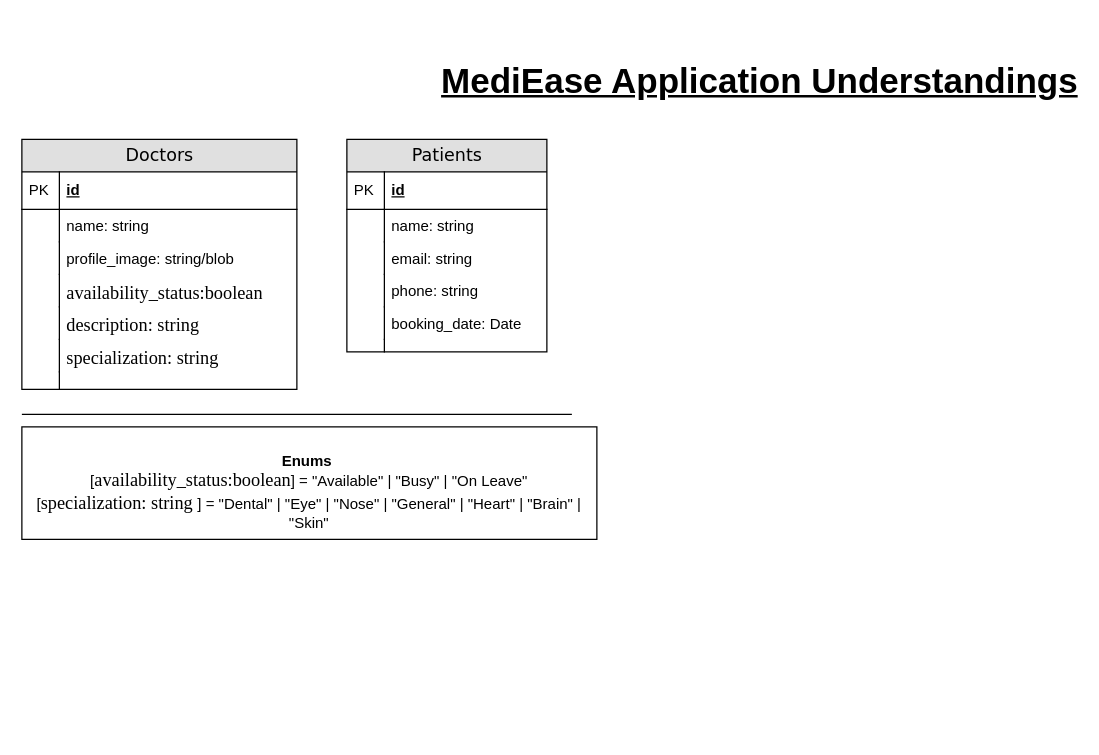
The draw.io diagram MediEase.drawio in Hussain-Sharif/MediEase, before the edit. Source tidied: cells renumbered, new cells numbered last; positions are measured from the earlier drawing's top-left corner, leaving out a move shared by most shapes. Both pictures are drawn from the tidied source at 125%, with x=0, y=0 at pixel (21, 49).
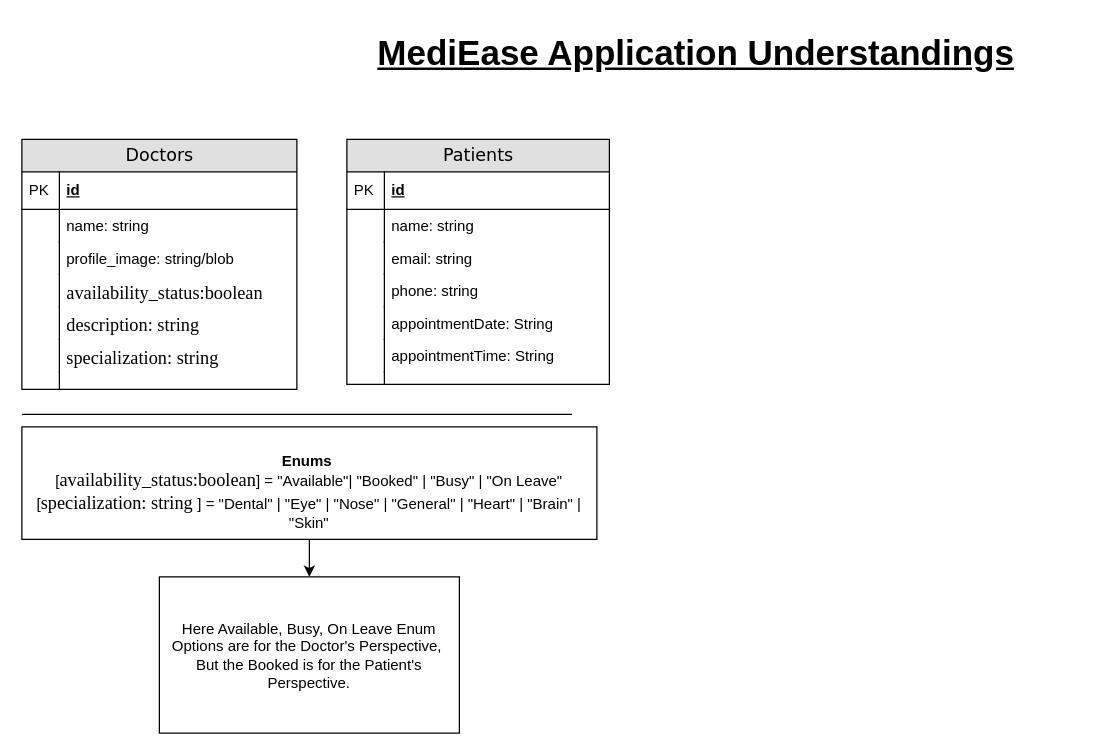
The same page after the edit.

What changed in the source:
```diff
@@
     <mxCell id="2" value="Patients" style="swimlane;html=1;fontStyle=0;horizontal=1;startSize=26;fillColor=#e0e0e0;swimlaneFillColor=#ffffff;align=center;rounded=0;shadow=0;comic=0;labelBackgroundColor=none;strokeWidth=1;fontFamily=Verdana;fontSize=14;" parent="1" vertex="1">
-      <mxGeometry x="260" y="72" width="160" height="170" as="geometry" />
+      <mxGeometry x="260" y="72" width="210" height="196" as="geometry" />
     </mxCell>
     <mxCell id="3" value="id" style="shape=partialRectangle;top=0;left=0;right=0;bottom=1;html=1;align=left;verticalAlign=middle;fillColor=none;spacingLeft=34;spacingRight=4;whiteSpace=wrap;overflow=hidden;fontStyle=5;" parent="2" vertex="1">
-      <mxGeometry y="26" width="160" height="30" as="geometry" />
+      <mxGeometry y="26" width="210" height="30" as="geometry" />
     </mxCell>
@@
     <mxCell id="5" value="name: string" style="shape=partialRectangle;top=0;left=0;right=0;bottom=0;html=1;align=left;verticalAlign=top;fillColor=none;spacingLeft=34;spacingRight=4;whiteSpace=wrap;overflow=hidden;" parent="2" vertex="1">
-      <mxGeometry y="56" width="160" height="26" as="geometry" />
+      <mxGeometry y="56" width="210" height="26" as="geometry" />
     </mxCell>
@@
     <mxCell id="7" value="email: string" style="shape=partialRectangle;top=0;left=0;right=0;bottom=0;html=1;align=left;verticalAlign=top;fillColor=none;spacingLeft=34;spacingRight=4;whiteSpace=wrap;overflow=hidden;" parent="2" vertex="1">
-      <mxGeometry y="82" width="160" height="26" as="geometry" />
+      <mxGeometry y="82" width="210" height="26" as="geometry" />
     </mxCell>
@@
     <mxCell id="9" value="phone: string" style="shape=partialRectangle;top=0;left=0;right=0;bottom=0;html=1;align=left;verticalAlign=top;fillColor=none;spacingLeft=34;spacingRight=4;whiteSpace=wrap;overflow=hidden;" parent="2" vertex="1">
-      <mxGeometry y="108" width="160" height="26" as="geometry" />
+      <mxGeometry y="108" width="210" height="26" as="geometry" />
     </mxCell>
@@
-    <mxCell id="11" value="booking_date: Date" style="shape=partialRectangle;top=0;left=0;right=0;bottom=0;html=1;align=left;verticalAlign=top;fillColor=none;spacingLeft=34;spacingRight=4;whiteSpace=wrap;overflow=hidden;" parent="2" vertex="1">
-      <mxGeometry y="134" width="160" height="26" as="geometry" />
+    <mxCell id="11" value="appointmentDate: String" style="shape=partialRectangle;top=0;left=0;right=0;bottom=0;html=1;align=left;verticalAlign=top;fillColor=none;spacingLeft=34;spacingRight=4;whiteSpace=wrap;overflow=hidden;" parent="2" vertex="1">
+      <mxGeometry y="134" width="210" height="26" as="geometry" />
     </mxCell>
@@
+    <mxCell id="33" value="appointmentTime: String" style="shape=partialRectangle;top=0;left=0;right=0;bottom=0;html=1;align=left;verticalAlign=top;fillColor=none;spacingLeft=34;spacingRight=4;whiteSpace=wrap;overflow=hidden;" parent="2" vertex="1">
+      <mxGeometry y="160" width="210" height="26" as="geometry" />
+    </mxCell>
+    <mxCell id="34" style="shape=partialRectangle;top=0;left=0;bottom=0;html=1;fillColor=none;align=left;verticalAlign=top;spacingLeft=4;spacingRight=4;whiteSpace=wrap;overflow=hidden;" parent="33" vertex="1">
+      <mxGeometry width="30" height="26" as="geometry" />
+    </mxCell>
     <mxCell id="13" style="shape=partialRectangle;top=0;left=0;right=0;bottom=0;html=1;align=left;verticalAlign=top;fillColor=none;spacingLeft=34;spacingRight=4;whiteSpace=wrap;overflow=hidden;" parent="2" vertex="1">
-      <mxGeometry y="160" width="160" height="10" as="geometry" />
+      <mxGeometry y="186" width="210" height="10" as="geometry" />
     </mxCell>
@@
     <mxCell id="30" value="MediEase Application Understandings" style="text;html=1;align=center;verticalAlign=middle;strokeColor=none;fillColor=none;fontSize=28;fontStyle=5;" parent="1" vertex="1">
-      <mxGeometry x="340" width="500" height="50" as="geometry" />
+      <mxGeometry x="289" y="-22" width="500" height="50" as="geometry" />
     </mxCell>
@@
+    <mxCell id="35" style="edgeStyle=orthogonalEdgeStyle;rounded=0;jettySize=auto;html=1;" parent="1" edge="1" source="32" target="36">
+      <mxGeometry relative="1" as="geometry" />
+    </mxCell>
-    <mxCell id="32" value="&lt;div&gt;&lt;b&gt;&lt;br&gt;&lt;/b&gt;&lt;/div&gt;&lt;b&gt;Enums&lt;/b&gt;&amp;nbsp;&lt;div&gt;[&lt;span style=&quot;font-family: Cambria, serif; font-size: 14.6667px; text-align: left; white-space-collapse: preserve;&quot;&gt;availability_status:boolean&lt;/span&gt;] = &quot;Available&quot; | &quot;Busy&quot; | &quot;On Leave&quot;&lt;div&gt;[&lt;span style=&quot;font-family: Cambria, serif; font-size: 14.6667px; text-align: left; white-space-collapse: preserve; background-color: transparent; color: light-dark(rgb(0, 0, 0), rgb(255, 255, 255));&quot;&gt;specialization: string &lt;/span&gt;&lt;span style=&quot;background-color: transparent; color: light-dark(rgb(0, 0, 0), rgb(255, 255, 255));&quot;&gt;] = &quot;Dental&quot; | &quot;Eye&quot; | &quot;Nose&quot; | &quot;General&quot; | &quot;Heart&quot; | &quot;Brain&quot; | &quot;Skin&quot;&lt;/span&gt;&lt;/div&gt;&lt;/div&gt;" style="whiteSpace=wrap;html=1;" parent="1" vertex="1">
+    <mxCell id="32" value="&lt;div&gt;&lt;b&gt;&lt;br&gt;&lt;/b&gt;&lt;/div&gt;&lt;b&gt;Enums&lt;/b&gt;&amp;nbsp;&lt;div&gt;[&lt;span style=&quot;font-family: Cambria, serif; font-size: 14.6667px; text-align: left; white-space-collapse: preserve;&quot;&gt;availability_status:boolean&lt;/span&gt;] = &quot;Available&quot;| &quot;Booked&quot; | &quot;Busy&quot; | &quot;On Leave&quot;&lt;div&gt;[&lt;span style=&quot;font-family: Cambria, serif; font-size: 14.6667px; text-align: left; white-space-collapse: preserve; background-color: transparent; color: light-dark(rgb(0, 0, 0), rgb(255, 255, 255));&quot;&gt;specialization: string &lt;/span&gt;&lt;span style=&quot;background-color: transparent; color: light-dark(rgb(0, 0, 0), rgb(255, 255, 255));&quot;&gt;] = &quot;Dental&quot; | &quot;Eye&quot; | &quot;Nose&quot; | &quot;General&quot; | &quot;Heart&quot; | &quot;Brain&quot; | &quot;Skin&quot;&lt;/span&gt;&lt;/div&gt;&lt;/div&gt;" style="whiteSpace=wrap;html=1;" parent="1" vertex="1">
       <mxGeometry y="302" width="460" height="90" as="geometry" />
     </mxCell>
+    <mxCell id="36" value="Here Available, Busy, On Leave Enum Options are for the Doctor's Perspective,&amp;nbsp;&lt;div&gt;But the Booked is for the Patient's Perspective.&lt;/div&gt;" style="whiteSpace=wrap;html=1;" parent="1" vertex="1">
+      <mxGeometry x="110" y="422" width="240" height="125" as="geometry" />
+    </mxCell>
```
